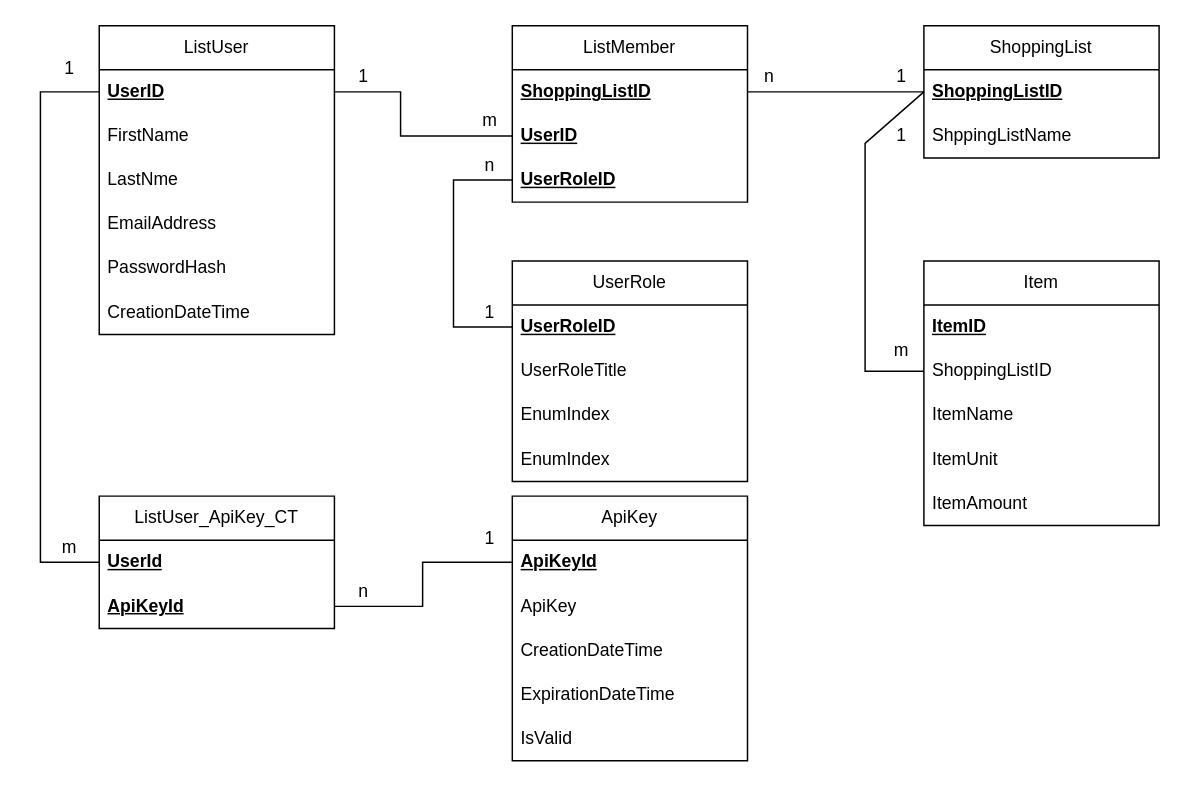
This is Docs/Shopping_List_Database_Draft_Schema_V2.drawio from BS-Portfolio/DotShoppingList, a draw.io file, before an edit. Source tidied: cells renumbered, new cells numbered last; positions are measured from the earlier drawing's top-left corner, leaving out a move shared by most shapes. Both pictures are drawn from the tidied source at 147%, with x=0, y=0 at pixel (25, 25).
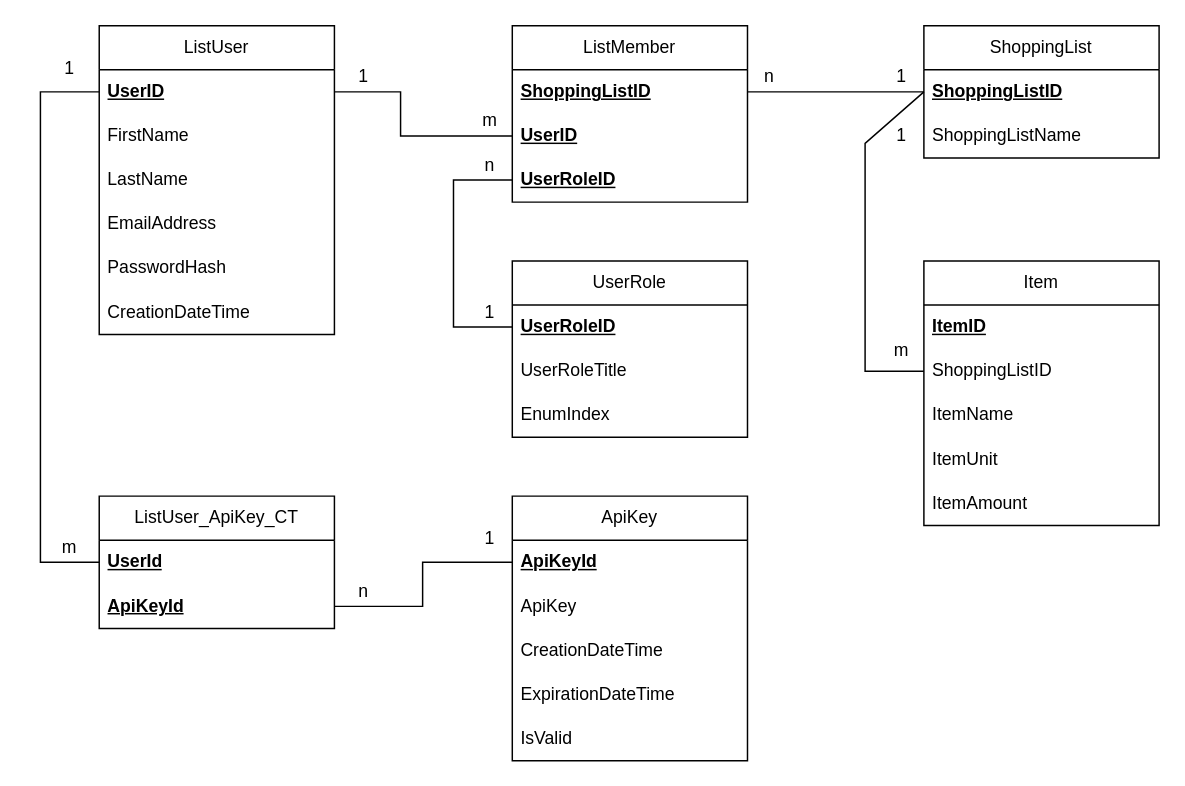
Above is the later version.

Commit message (it also covers changes not shown here):
corrected mistakes found by cp

The change refers to these unchanged cells:
```xml
<mxCell id="2" value="ListUser" style="swimlane;fontStyle=0;horizontal=1;startSize=30;whiteSpace=wrap;html=1;" parent="1" vertex="1">
  <mxGeometry x="50" width="160" height="210" as="geometry" />
</mxCell>
<mxCell id="9" value="ShoppingList" style="swimlane;fontStyle=0;horizontal=1;startSize=30;whiteSpace=wrap;html=1;" parent="1" vertex="1">
  <mxGeometry x="611" width="160" height="90" as="geometry" />
</mxCell>
```

What changed in the source:
```diff
@@
-    <mxCell id="5" value="LastNme" style="text;strokeColor=none;fillColor=none;align=left;verticalAlign=middle;spacingLeft=4;spacingRight=4;overflow=hidden;whiteSpace=wrap;html=1;" parent="2" vertex="1">
+    <mxCell id="5" value="LastName" style="text;strokeColor=none;fillColor=none;align=left;verticalAlign=middle;spacingLeft=4;spacingRight=4;overflow=hidden;whiteSpace=wrap;html=1;" parent="2" vertex="1">
       <mxGeometry y="90" width="160" height="30" as="geometry" />
     </mxCell>
@@
-    <mxCell id="11" value="ShppingListName" style="text;strokeColor=none;fillColor=none;align=left;verticalAlign=middle;spacingLeft=4;spacingRight=4;overflow=hidden;whiteSpace=wrap;html=1;" parent="9" vertex="1">
+    <mxCell id="11" value="ShoppingListName" style="text;strokeColor=none;fillColor=none;align=left;verticalAlign=middle;spacingLeft=4;spacingRight=4;overflow=hidden;whiteSpace=wrap;html=1;" parent="9" vertex="1">
       <mxGeometry y="60" width="160" height="30" as="geometry" />
     </mxCell>
     <mxCell id="12" value="UserRole" style="swimlane;fontStyle=0;horizontal=1;startSize=30;whiteSpace=wrap;html=1;" parent="1" vertex="1">
-      <mxGeometry x="331" y="160" width="160" height="150" as="geometry" />
+      <mxGeometry x="331" y="160" width="160" height="120" as="geometry" />
     </mxCell>
@@
-    <mxCell id="16" value="EnumIndex" style="text;strokeColor=none;fillColor=none;align=left;verticalAlign=middle;spacingLeft=4;spacingRight=4;overflow=hidden;whiteSpace=wrap;html=1;" parent="12" vertex="1">
-      <mxGeometry y="120" width="160" height="30" as="geometry" />
-    </mxCell>
```
